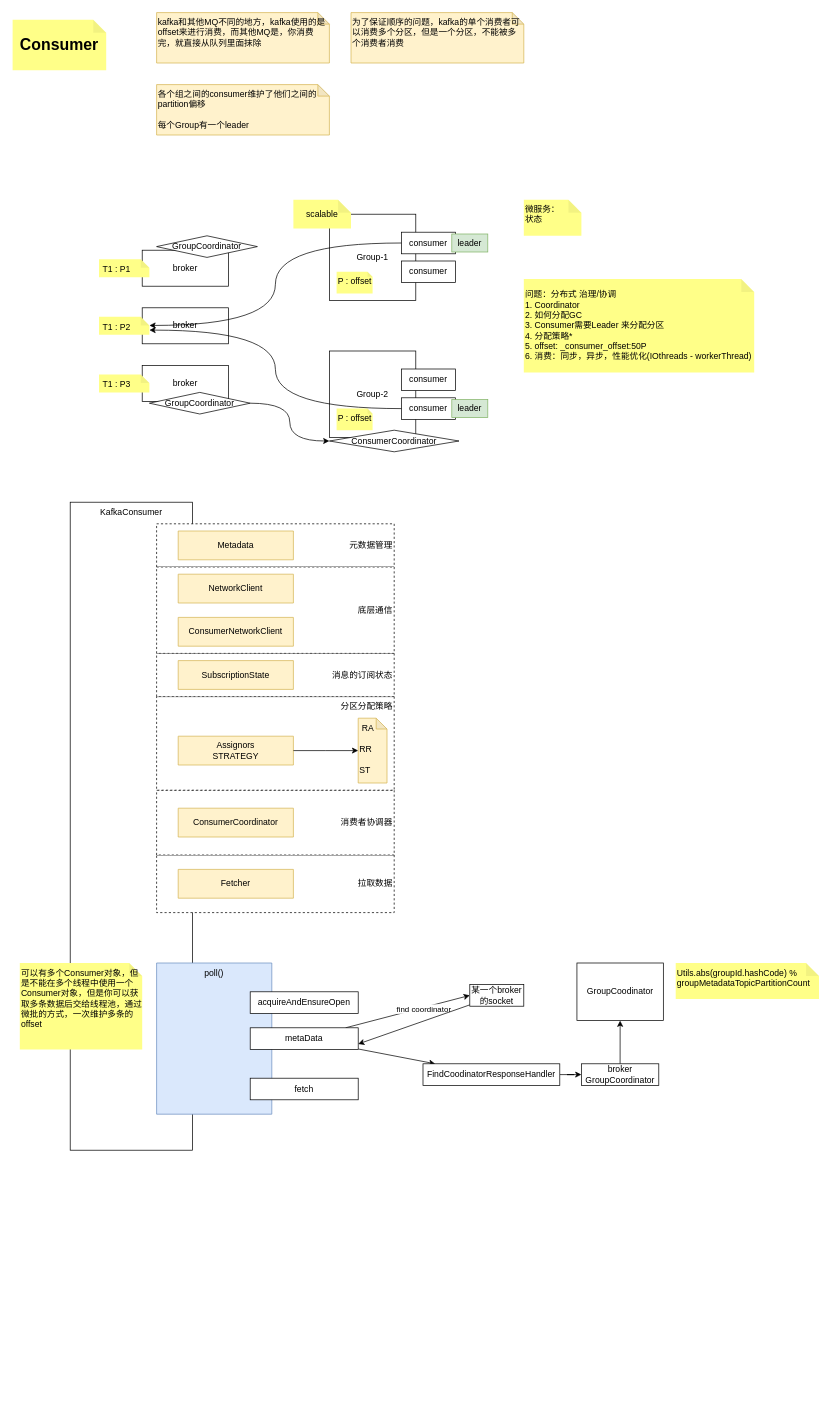
BxcGit/draw keeps this draw.io diagram as draw/kafka/kafka的consumer.drawio. Above is the earlier version. Source tidied: cells renumbered, new cells numbered last; positions are measured from the earlier drawing's top-left corner, leaving out a move shared by most shapes. Both pictures are drawn from the tidied source at 72%, with x=0, y=0 at pixel (12, 12).
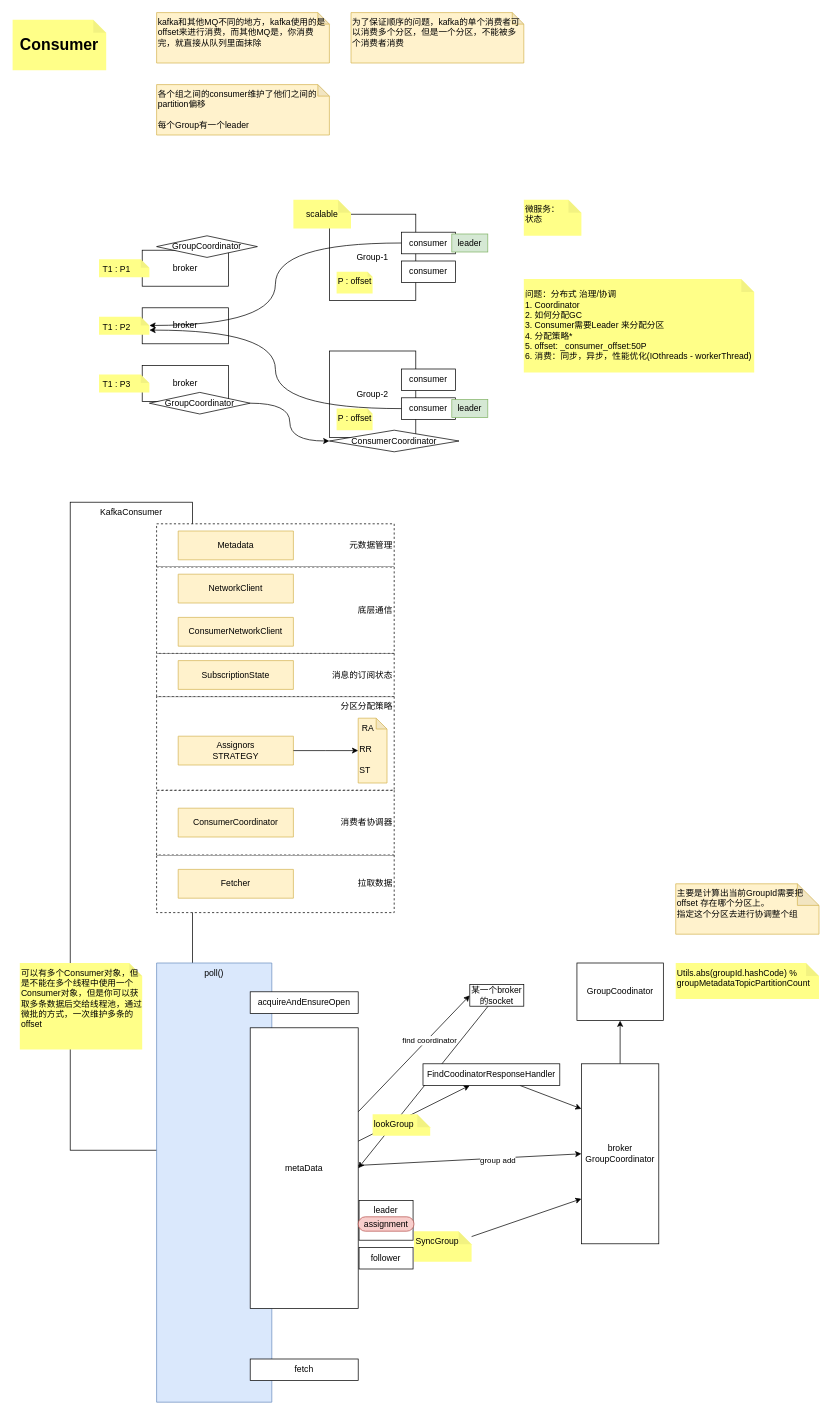
Above is the later version.

The change refers to these unchanged cells:
```xml
<mxCell id="57" value="某一个broker的socket" style="rounded=0;whiteSpace=wrap;html=1;align=center;verticalAlign=middle;" parent="1" vertex="1">
  <mxGeometry x="635" y="1350" width="75" height="30" as="geometry" />
</mxCell>
<mxCell id="59" value="FindCoodinatorResponseHandler" style="rounded=0;whiteSpace=wrap;html=1;align=center;verticalAlign=middle;" parent="1" vertex="1">
  <mxGeometry x="570" y="1460" width="190" height="30" as="geometry" />
</mxCell>
```

Diff of the diagram source:
```diff
@@
     <mxCell id="48" value="poll()" style="shape=note;whiteSpace=wrap;html=1;backgroundOutline=1;darkOpacity=0.05;fillColor=#dae8fc;strokeColor=#6c8ebf;horizontal=1;align=center;verticalAlign=top;size=0;" parent="1" vertex="1">
-      <mxGeometry x="200" y="1320" width="160" height="210" as="geometry" />
+      <mxGeometry x="200" y="1320" width="160" height="610" as="geometry" />
     </mxCell>
@@
+    <mxCell id="64" style="rounded=0;jettySize=auto;html=1;entryX=0;entryY=0.5;entryDx=0;entryDy=0;" parent="1" edge="1" source="54" target="61">
+      <mxGeometry relative="1" as="geometry" />
+    </mxCell>
+    <mxCell id="65" value="group add" style="edgeLabel;html=1;align=center;verticalAlign=middle;" parent="64" vertex="1">
+      <mxGeometry x="0.25" y="-2" relative="1" as="geometry" />
+    </mxCell>
     <mxCell id="54" value="metaData" style="rounded=0;whiteSpace=wrap;html=1;align=center;verticalAlign=middle;" parent="1" vertex="1">
-      <mxGeometry x="330" y="1410" width="150" height="30" as="geometry" />
+      <mxGeometry x="330" y="1410" width="150" height="390" as="geometry" />
     </mxCell>
     <mxCell id="55" value="fetch" style="rounded=0;whiteSpace=wrap;html=1;align=center;verticalAlign=middle;" parent="1" vertex="1">
-      <mxGeometry x="330" y="1480" width="150" height="30" as="geometry" />
+      <mxGeometry x="330" y="1870" width="150" height="30" as="geometry" />
     </mxCell>
-    <mxCell id="56" style="rounded=0;jettySize=auto;html=1;entryX=1;entryY=0.75;entryDx=0;entryDy=0;" parent="1" edge="1" source="57" target="54">
+    <mxCell id="56" style="rounded=0;jettySize=auto;html=1;entryX=1;entryY=0.5;entryDx=0;entryDy=0;" parent="1" edge="1" source="57" target="54">
       <mxGeometry relative="1" as="geometry" />
     </mxCell>
@@
-    <mxCell id="58" style="edgeStyle=orthogonalEdgeStyle;rounded=0;jettySize=auto;html=1;entryX=0;entryY=0.5;entryDx=0;entryDy=0;" parent="1" edge="1" source="59" target="61">
+    <mxCell id="58" style="rounded=0;jettySize=auto;html=1;entryX=0;entryY=0.25;entryDx=0;entryDy=0;" parent="1" edge="1" source="59" target="61">
       <mxGeometry relative="1" as="geometry" />
     </mxCell>
@@
     <mxCell id="61" value="broker&lt;div&gt;GroupCoordinator&lt;/div&gt;" style="rounded=0;whiteSpace=wrap;html=1;align=center;verticalAlign=middle;" parent="1" vertex="1">
-      <mxGeometry x="790" y="1460" width="107.5" height="30" as="geometry" />
+      <mxGeometry x="790" y="1460" width="107.5" height="250" as="geometry" />
     </mxCell>
@@
+    <mxCell id="66" value="lookGroup" style="shape=note;whiteSpace=wrap;html=1;backgroundOutline=1;darkOpacity=0.05;fillColor=#ffff88;strokeColor=none;horizontal=1;align=left;verticalAlign=top;size=18;" parent="1" vertex="1">
+      <mxGeometry x="500" y="1530" width="80" height="30" as="geometry" />
+    </mxCell>
+    <mxCell id="67" value="主要是计算出当前GroupId需要把offset 存在哪个分区上。&lt;div&gt;指定这个分区去进行协调整个组&lt;/div&gt;" style="shape=note;whiteSpace=wrap;html=1;backgroundOutline=1;darkOpacity=0.05;fillColor=#fff2cc;strokeColor=#d6b656;horizontal=1;align=left;verticalAlign=top;" parent="1" vertex="1">
+      <mxGeometry x="921" y="1210" width="199" height="70" as="geometry" />
+    </mxCell>
+    <mxCell id="68" value="leader" style="rounded=0;whiteSpace=wrap;html=1;align=center;verticalAlign=top;" parent="1" vertex="1">
+      <mxGeometry x="481.2" y="1650" width="75" height="55" as="geometry" />
+    </mxCell>
+    <mxCell id="69" value="assignment" style="rounded=1;whiteSpace=wrap;html=1;arcSize=50;fillColor=#f8cecc;strokeColor=#b85450;" parent="1" vertex="1">
+      <mxGeometry x="480" y="1672.5" width="77.5" height="20" as="geometry" />
+    </mxCell>
+    <mxCell id="70" value="follower" style="rounded=0;whiteSpace=wrap;html=1;align=center;verticalAlign=middle;" parent="1" vertex="1">
+      <mxGeometry x="481.2" y="1715" width="75" height="30" as="geometry" />
+    </mxCell>
+    <mxCell id="71" style="rounded=0;jettySize=auto;html=1;entryX=0;entryY=0.75;entryDx=0;entryDy=0;" parent="1" edge="1" source="72" target="61">
+      <mxGeometry relative="1" as="geometry" />
+    </mxCell>
+    <mxCell id="72" value="SyncGroup" style="shape=note;whiteSpace=wrap;html=1;backgroundOutline=1;darkOpacity=0.05;fillColor=#ffff88;strokeColor=none;horizontal=1;align=left;verticalAlign=top;size=18;" parent="1" vertex="1">
+      <mxGeometry x="557.5" y="1692.5" width="80" height="42.5" as="geometry" />
+    </mxCell>
```
